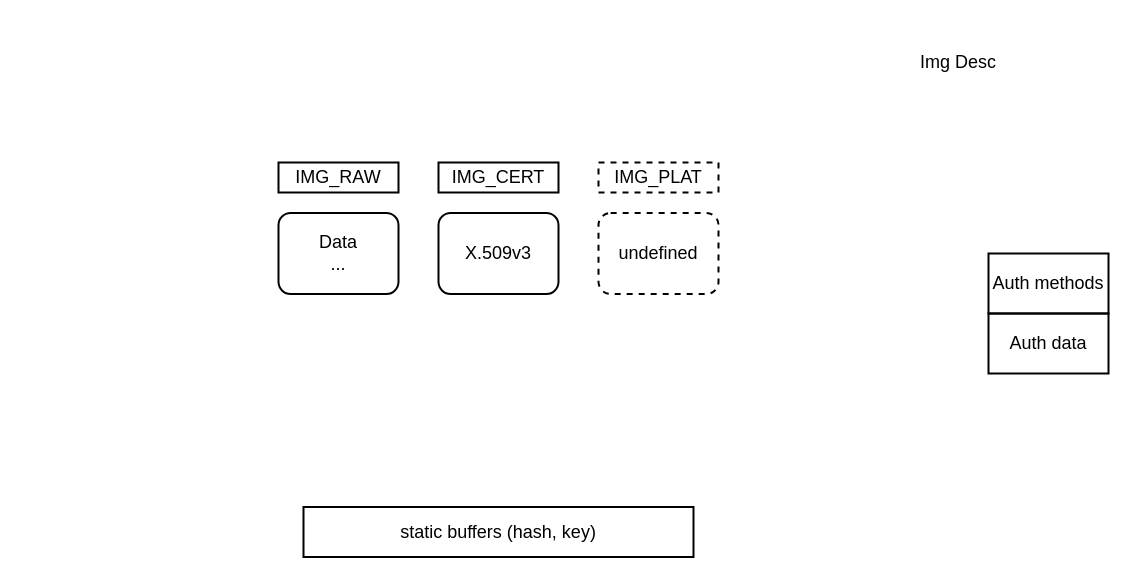
This is page "Relation Graph" (3 of 16) of mbedx509_parser.drawio from daichin/secureboot, a draw.io file, before an edit. Source tidied: cells renumbered, new cells numbered last; positions are measured from the earlier drawing's top-left corner, leaving out a move shared by most shapes. Both pictures are drawn from the tidied source at 100%, with x=0, y=0 at pixel (278, 52).
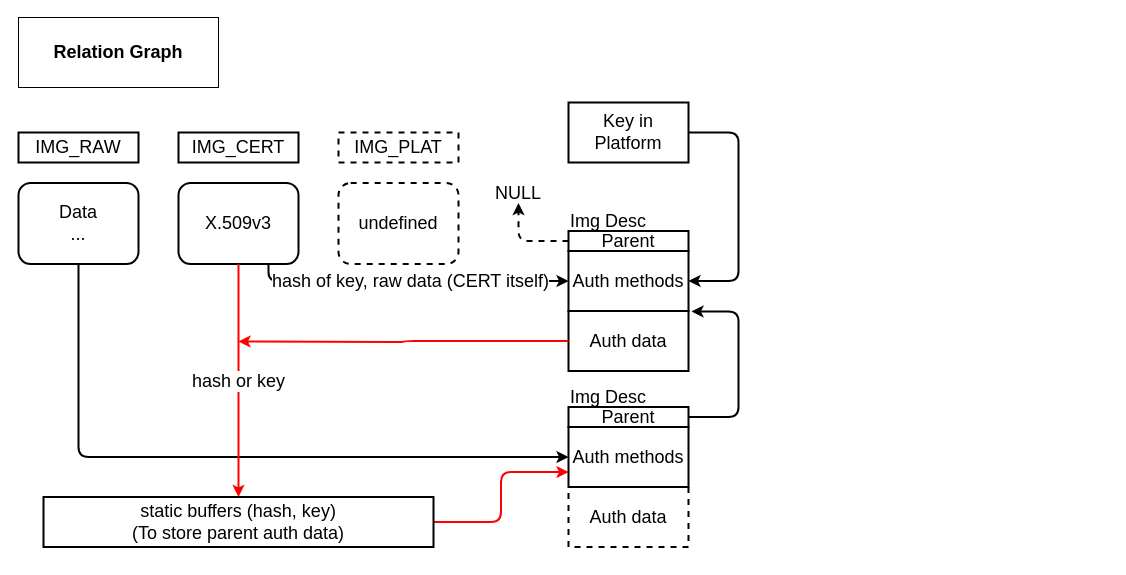
The same page after the edit.

The change refers to these unchanged cells:
```xml
<mxCell id="7" value="X.509v3" style="rounded=1;whiteSpace=wrap;html=1;shadow=0;strokeColor=#000000;strokeWidth=2;fillColor=none;gradientColor=none;fontFamily=Helvetica;fontSize=18;fontColor=#000000;align=center;" parent="3" vertex="1">
  <mxGeometry x="160" y="50.5" width="120" height="81" as="geometry" />
</mxCell>
<mxCell id="8" value="Data&lt;br&gt;..." style="rounded=1;whiteSpace=wrap;html=1;shadow=0;strokeColor=#000000;strokeWidth=2;fillColor=none;gradientColor=none;fontFamily=Helvetica;fontSize=18;fontColor=#000000;align=center;" parent="3" vertex="1">
  <mxGeometry y="50.5" width="120" height="81" as="geometry" />
</mxCell>
```

Change to the diagram source:
```diff
@@
+    <mxCell id="13" style="edgeStyle=orthogonalEdgeStyle;rounded=1;jettySize=auto;html=1;exitX=1;exitY=0.5;exitDx=0;exitDy=0;entryX=0;entryY=0.75;entryDx=0;entryDy=0;endArrow=classic;endFill=1;strokeColor=#FF0000;strokeWidth=2;fontFamily=Helvetica;fontSize=18;fontColor=#000000;" parent="1" edge="1" source="2" target="17">
+      <mxGeometry relative="1" as="geometry" />
+    </mxCell>
-    <mxCell id="2" value="static buffers (hash, key)" style="rounded=0;whiteSpace=wrap;html=1;shadow=0;strokeColor=#000000;strokeWidth=2;fillColor=none;gradientColor=none;fontFamily=Helvetica;fontSize=18;fontColor=#000000;align=center;" parent="1" vertex="1">
-      <mxGeometry x="25" y="454.5" width="390" height="50" as="geometry" />
+    <mxCell id="2" value="static buffers (hash, key)&lt;br&gt;(To store parent auth data)" style="rounded=0;whiteSpace=wrap;html=1;shadow=0;strokeColor=#000000;strokeWidth=2;fillColor=none;gradientColor=none;fontFamily=Helvetica;fontSize=18;fontColor=#000000;align=center;" parent="1" vertex="1">
+      <mxGeometry x="-235" y="444.5" width="390" height="50" as="geometry" />
     </mxCell>
     <mxCell id="3" style="group;" parent="1" vertex="1">
-      <mxGeometry y="110" width="440" height="131.5" as="geometry" />
+      <mxGeometry x="-260" y="80" width="440" height="131.5" as="geometry" />
     </mxCell>
@@
+    <mxCell id="14" style="group;" parent="1" vertex="1">
+      <mxGeometry x="290" y="158.5" width="120" height="160" as="geometry" />
+    </mxCell>
-    <mxCell id="10" value="Auth methods" style="rounded=0;whiteSpace=wrap;html=1;shadow=0;strokeColor=#000000;strokeWidth=2;fillColor=none;gradientColor=none;fontFamily=Helvetica;fontSize=18;fontColor=#000000;align=center;" parent="1" vertex="1">
-      <mxGeometry x="710" y="201" width="120" height="60" as="geometry" />
+    <mxCell id="10" value="Auth methods" style="rounded=0;whiteSpace=wrap;html=1;shadow=0;strokeColor=#000000;strokeWidth=2;fillColor=none;gradientColor=none;fontFamily=Helvetica;fontSize=18;fontColor=#000000;align=center;" parent="14" vertex="1">
+      <mxGeometry y="40" width="120" height="60" as="geometry" />
     </mxCell>
-    <mxCell id="11" value="Img Desc" style="text;html=1;strokeColor=none;fillColor=none;align=center;verticalAlign=middle;whiteSpace=wrap;rounded=0;shadow=0;fontFamily=Helvetica;fontSize=18;fontColor=#000000;" parent="1" vertex="1">
-      <mxGeometry x="640" width="80" height="20" as="geometry" />
+    <mxCell id="11" value="Img Desc" style="text;html=1;strokeColor=none;fillColor=none;align=center;verticalAlign=middle;whiteSpace=wrap;rounded=0;shadow=0;fontFamily=Helvetica;fontSize=18;fontColor=#000000;" parent="14" vertex="1">
+      <mxGeometry width="80" height="20" as="geometry" />
     </mxCell>
-    <mxCell id="12" value="Auth data" style="rounded=0;whiteSpace=wrap;html=1;shadow=0;strokeColor=#000000;strokeWidth=2;fillColor=none;gradientColor=none;fontFamily=Helvetica;fontSize=18;fontColor=#000000;align=center;" parent="1" vertex="1">
-      <mxGeometry x="710" y="261" width="120" height="60" as="geometry" />
+    <mxCell id="12" value="Auth data" style="rounded=0;whiteSpace=wrap;html=1;shadow=0;strokeColor=#000000;strokeWidth=2;fillColor=none;gradientColor=none;fontFamily=Helvetica;fontSize=18;fontColor=#000000;align=center;" parent="14" vertex="1">
+      <mxGeometry y="100" width="120" height="60" as="geometry" />
     </mxCell>
+    <mxCell id="15" value="Parent" style="rounded=0;whiteSpace=wrap;html=1;shadow=0;strokeColor=#000000;strokeWidth=2;fillColor=none;gradientColor=none;fontFamily=Helvetica;fontSize=18;fontColor=#000000;align=center;" parent="14" vertex="1">
+      <mxGeometry y="20" width="120" height="20" as="geometry" />
+    </mxCell>
+    <mxCell id="16" style="group;" parent="1" vertex="1">
+      <mxGeometry x="290" y="334.5" width="120" height="160" as="geometry" />
+    </mxCell>
+    <mxCell id="17" value="Auth methods" style="rounded=0;whiteSpace=wrap;html=1;shadow=0;strokeColor=#000000;strokeWidth=2;fillColor=none;gradientColor=none;fontFamily=Helvetica;fontSize=18;fontColor=#000000;align=center;" parent="16" vertex="1">
+      <mxGeometry y="40" width="120" height="60" as="geometry" />
+    </mxCell>
+    <mxCell id="18" value="Img Desc" style="text;html=1;strokeColor=none;fillColor=none;align=center;verticalAlign=middle;whiteSpace=wrap;rounded=0;shadow=0;fontFamily=Helvetica;fontSize=18;fontColor=#000000;" parent="16" vertex="1">
+      <mxGeometry width="80" height="20" as="geometry" />
+    </mxCell>
+    <mxCell id="19" value="Auth data" style="rounded=0;whiteSpace=wrap;html=1;shadow=0;strokeColor=#000000;strokeWidth=2;fillColor=none;gradientColor=none;fontFamily=Helvetica;fontSize=18;fontColor=#000000;align=center;dashed=1;" parent="16" vertex="1">
+      <mxGeometry y="100" width="120" height="60" as="geometry" />
+    </mxCell>
+    <mxCell id="20" value="Parent" style="rounded=0;whiteSpace=wrap;html=1;shadow=0;strokeColor=#000000;strokeWidth=2;fillColor=none;gradientColor=none;fontFamily=Helvetica;fontSize=18;fontColor=#000000;align=center;" parent="16" vertex="1">
+      <mxGeometry y="20" width="120" height="20" as="geometry" />
+    </mxCell>
+    <mxCell id="21" style="edgeStyle=segmentEdgeStyle;endArrow=classic;html=1;strokeColor=#000000;strokeWidth=2;fontFamily=Helvetica;fontSize=18;fontColor=#000000;exitX=0;exitY=0.5;exitDx=0;exitDy=0;dashed=1;entryX=0.5;entryY=1;entryDx=0;entryDy=0;" parent="1" edge="1" source="15" target="24">
+      <mxGeometry relative="1" as="geometry" />
+    </mxCell>
+    <mxCell id="22" style="edgeStyle=elbowEdgeStyle;elbow=horizontal;endArrow=classic;html=1;strokeColor=#000000;strokeWidth=2;fontFamily=Helvetica;fontSize=18;fontColor=#000000;exitX=1;exitY=0.5;exitDx=0;exitDy=0;" parent="1" edge="1" source="20">
+      <mxGeometry relative="1" as="geometry">
+        <mxPoint x="413" y="259" as="targetPoint" />
+        <Array as="points">
+          <mxPoint x="460" y="284.5" />
+        </Array>
+      </mxGeometry>
+    </mxCell>
+    <mxCell id="23" style="edgeStyle=orthogonalEdgeStyle;rounded=1;jettySize=auto;html=1;exitX=0.5;exitY=1;exitDx=0;exitDy=0;entryX=0;entryY=0.5;entryDx=0;entryDy=0;endArrow=classic;endFill=1;strokeColor=#000000;strokeWidth=2;fontFamily=Helvetica;fontSize=18;fontColor=#000000;" parent="1" edge="1" source="8" target="17">
+      <mxGeometry relative="1" as="geometry" />
+    </mxCell>
+    <mxCell id="24" value="NULL" style="text;html=1;strokeColor=none;fillColor=none;align=center;verticalAlign=middle;whiteSpace=wrap;rounded=0;shadow=0;fontFamily=Helvetica;fontSize=18;fontColor=#000000;" parent="1" vertex="1">
+      <mxGeometry x="220" y="130.5" width="40" height="20" as="geometry" />
+    </mxCell>
+    <mxCell id="25" style="edgeStyle=orthogonalEdgeStyle;rounded=1;jettySize=auto;html=1;exitX=0;exitY=0.5;exitDx=0;exitDy=0;endArrow=classic;endFill=1;strokeColor=#FF0000;strokeWidth=2;fontFamily=Helvetica;fontSize=18;fontColor=#000000;" parent="1" edge="1" source="12">
+      <mxGeometry relative="1" as="geometry">
+        <mxPoint x="-40" y="289" as="targetPoint" />
+      </mxGeometry>
+    </mxCell>
+    <mxCell id="26" value="Relation Graph" style="text;html=1;strokeColor=#000000;fillColor=none;align=center;verticalAlign=middle;whiteSpace=wrap;rounded=0;fontSize=18;fontStyle=1;" parent="1" vertex="1">
+      <mxGeometry x="-260" y="-35" width="200" height="70" as="geometry" />
+    </mxCell>
+    <mxCell id="27" value="hash of key, raw data (CERT itself)" style="edgeStyle=orthogonalEdgeStyle;rounded=1;jettySize=auto;html=1;exitX=0.75;exitY=1;exitDx=0;exitDy=0;entryX=0;entryY=0.5;entryDx=0;entryDy=0;endArrow=classic;endFill=1;strokeColor=#000000;strokeWidth=2;fontFamily=Helvetica;fontSize=18;fontColor=#000000;" parent="1" edge="1" source="7" target="10">
+      <mxGeometry relative="1" as="geometry">
+        <Array as="points">
+          <mxPoint x="-10" y="229" />
+        </Array>
+      </mxGeometry>
+    </mxCell>
+    <mxCell id="28" value="hash or key" style="edgeStyle=orthogonalEdgeStyle;rounded=1;jettySize=auto;html=1;exitX=0.5;exitY=1;exitDx=0;exitDy=0;entryX=0.5;entryY=0;entryDx=0;entryDy=0;endArrow=classic;endFill=1;strokeColor=#FF0000;strokeWidth=2;fontFamily=Helvetica;fontSize=18;fontColor=#000000;" parent="1" edge="1" source="7" target="2">
+      <mxGeometry relative="1" as="geometry" />
+    </mxCell>
+    <mxCell id="29" style="edgeStyle=orthogonalEdgeStyle;rounded=1;jettySize=auto;html=1;exitX=1;exitY=0.5;exitDx=0;exitDy=0;entryX=1;entryY=0.5;entryDx=0;entryDy=0;endArrow=classic;endFill=1;strokeColor=#000000;strokeWidth=2;fontFamily=Helvetica;fontSize=18;fontColor=#000000;" parent="1" edge="1" source="30" target="10">
+      <mxGeometry relative="1" as="geometry">
+        <Array as="points">
+          <mxPoint x="460" y="80" />
+          <mxPoint x="460" y="229" />
+        </Array>
+      </mxGeometry>
+    </mxCell>
+    <mxCell id="30" value="Key in Platform" style="rounded=0;whiteSpace=wrap;html=1;shadow=0;strokeColor=#000000;strokeWidth=2;fillColor=none;gradientColor=none;fontFamily=Helvetica;fontSize=18;fontColor=#000000;align=center;" parent="1" vertex="1">
+      <mxGeometry x="290" y="50" width="120" height="60" as="geometry" />
+    </mxCell>
```
